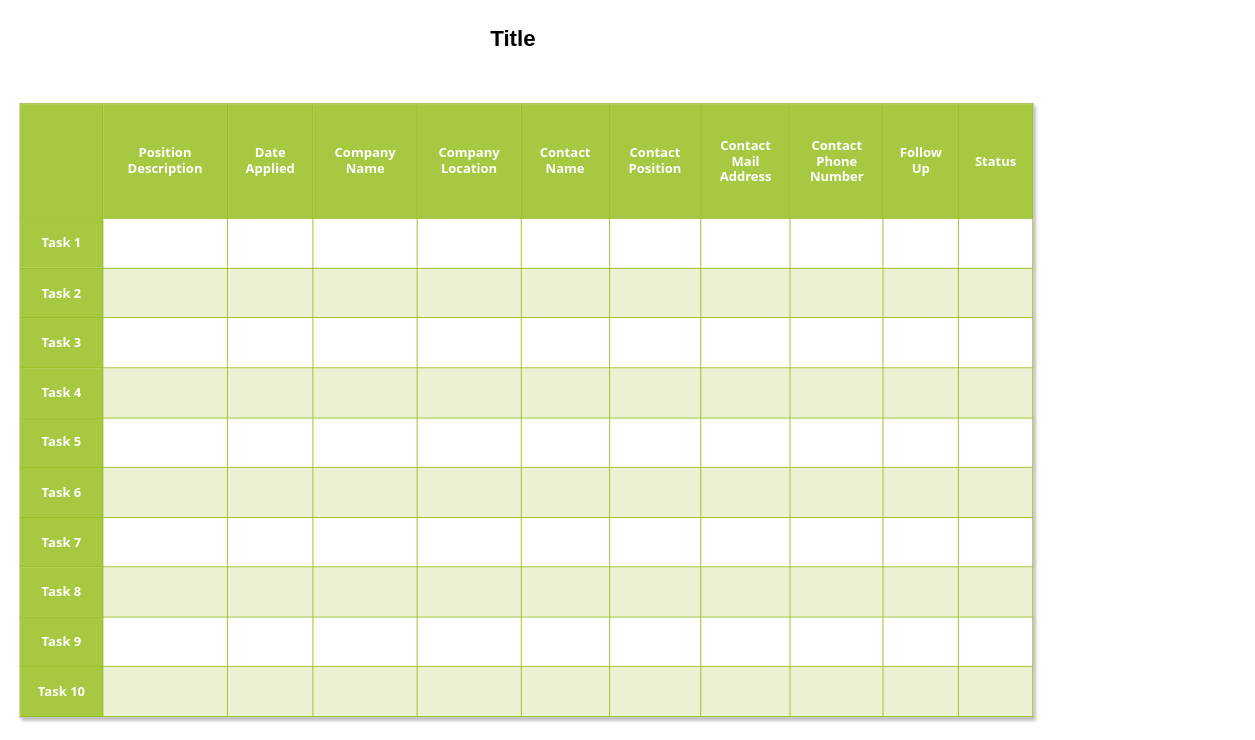
Earlier version of the draw.io diagram assets/user_table_example.drawio (Liran-tal/Job-application-organizer). Source tidied: cells renumbered, new cells numbered last; positions are measured from the earlier drawing's top-left corner, leaving out a move shared by most shapes. Both pictures are drawn from the tidied source at 93%, with x=0, y=0 at pixel (20, 20).
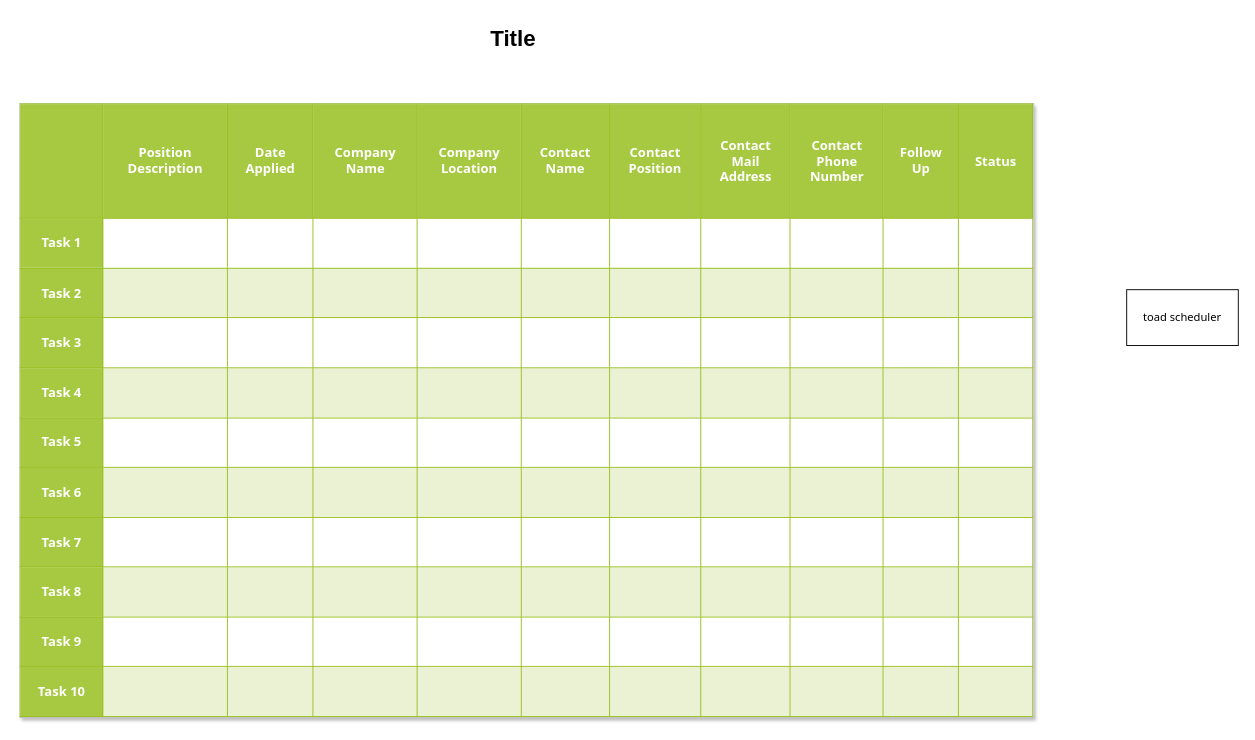
The same diagram, later.

Commit message (it also covers changes not shown here):
still trying to solve mongoose build non-sense

Change to the diagram source:
```diff
@@
 <mxGraphModel>
   <root>
     <mxCell id="0" />
     <mxCell id="1" parent="0" />
     <mxCell id="2" value="&lt;table border=&quot;1&quot; width=&quot;100%&quot; cellpadding=&quot;4&quot; style=&quot;width: 100% ; height: 100% ; border-collapse: collapse&quot;&gt;&lt;tbody&gt;&lt;tr style=&quot;background-color: #a7c942 ; color: #ffffff ; border: 1px solid #98bf21&quot;&gt;&lt;th&gt;&lt;font face=&quot;Tahoma&quot;&gt;&lt;br&gt;&lt;/font&gt;&lt;/th&gt;&lt;th&gt;&lt;font face=&quot;Tahoma&quot;&gt;Position &lt;br&gt;Description&lt;/font&gt;&lt;/th&gt;&lt;td&gt;&lt;font face=&quot;Tahoma&quot;&gt;&lt;b&gt;Date&lt;br&gt;Applied&lt;/b&gt;&lt;/font&gt;&lt;/td&gt;&lt;th&gt;&lt;font face=&quot;Tahoma&quot;&gt;Company&lt;br&gt;Name&lt;/font&gt;&lt;/th&gt;&lt;th&gt;&lt;font face=&quot;Tahoma&quot;&gt;Company&lt;br&gt;Location&lt;/font&gt;&lt;/th&gt;&lt;th&gt;&lt;font face=&quot;Tahoma&quot;&gt;Contact&lt;br&gt;Name&lt;/font&gt;&lt;/th&gt;&lt;td&gt;&lt;font face=&quot;Tahoma&quot;&gt;&lt;b&gt;Contact&lt;br&gt;Position&lt;/b&gt;&lt;/font&gt;&lt;/td&gt;&lt;td&gt;&lt;font face=&quot;Tahoma&quot;&gt;&lt;b&gt;Contact&lt;br&gt;Mail&lt;br&gt;Address&lt;/b&gt;&lt;/font&gt;&lt;/td&gt;&lt;td&gt;&lt;font face=&quot;Tahoma&quot;&gt;&lt;b&gt;Contact&lt;br&gt;Phone&lt;br&gt;Number&lt;/b&gt;&lt;/font&gt;&lt;/td&gt;&lt;th&gt;&lt;font face=&quot;Tahoma&quot;&gt;Follow&lt;br&gt;Up&lt;/font&gt;&lt;/th&gt;&lt;td&gt;&lt;font face=&quot;Tahoma&quot;&gt;&lt;b&gt;Status&lt;/b&gt;&lt;/font&gt;&lt;/td&gt;&lt;/tr&gt;&lt;tr style=&quot;border: 1px solid #98bf21&quot;&gt;&lt;td style=&quot;background-color: #a7c942 ; color: #ffffff ; border: 1px solid #98bf21&quot;&gt;&lt;font face=&quot;Tahoma&quot;&gt;&lt;b&gt;Task 1&lt;/b&gt;&lt;/font&gt;&lt;/td&gt;&lt;td&gt;&lt;/td&gt;&lt;td&gt;&lt;font face=&quot;Tahoma&quot;&gt;&lt;b&gt;&lt;br&gt;&lt;/b&gt;&lt;/font&gt;&lt;/td&gt;&lt;td&gt;&lt;/td&gt;&lt;td&gt;&lt;font face=&quot;Tahoma&quot;&gt;&lt;b&gt;&lt;br&gt;&lt;/b&gt;&lt;/font&gt;&lt;/td&gt;&lt;td&gt;&lt;font face=&quot;Tahoma&quot;&gt;&lt;b&gt;&lt;br&gt;&lt;/b&gt;&lt;/font&gt;&lt;/td&gt;&lt;td&gt;&lt;font face=&quot;Tahoma&quot;&gt;&lt;b&gt;&lt;br&gt;&lt;/b&gt;&lt;/font&gt;&lt;/td&gt;&lt;td&gt;&lt;font face=&quot;Tahoma&quot;&gt;&lt;b&gt;&lt;br&gt;&lt;/b&gt;&lt;/font&gt;&lt;/td&gt;&lt;td&gt;&lt;font face=&quot;Tahoma&quot;&gt;&lt;b&gt;&lt;br&gt;&lt;/b&gt;&lt;/font&gt;&lt;/td&gt;&lt;td&gt;&lt;font face=&quot;Tahoma&quot;&gt;&lt;b&gt;&lt;br&gt;&lt;/b&gt;&lt;/font&gt;&lt;/td&gt;&lt;td&gt;&lt;font face=&quot;Tahoma&quot;&gt;&lt;b&gt;&lt;br&gt;&lt;/b&gt;&lt;/font&gt;&lt;/td&gt;&lt;/tr&gt;&lt;tr style=&quot;background-color: #eaf2d3 ; border: 1px solid #98bf21&quot;&gt;&lt;td style=&quot;background-color: #a7c942 ; color: #ffffff ; border: 1px solid #98bf21&quot;&gt;&lt;font face=&quot;Tahoma&quot;&gt;&lt;b&gt;Task 2&lt;/b&gt;&lt;/font&gt;&lt;/td&gt;&lt;td&gt;&lt;/td&gt;&lt;td&gt;&lt;font face=&quot;Tahoma&quot;&gt;&lt;b&gt;&lt;br&gt;&lt;/b&gt;&lt;/font&gt;&lt;/td&gt;&lt;td&gt;&lt;/td&gt;&lt;td&gt;&lt;font face=&quot;Tahoma&quot;&gt;&lt;b&gt;&lt;br&gt;&lt;/b&gt;&lt;/font&gt;&lt;/td&gt;&lt;td&gt;&lt;font face=&quot;Tahoma&quot;&gt;&lt;b&gt;&lt;br&gt;&lt;/b&gt;&lt;/font&gt;&lt;/td&gt;&lt;td&gt;&lt;font face=&quot;Tahoma&quot;&gt;&lt;b&gt;&lt;br&gt;&lt;/b&gt;&lt;/font&gt;&lt;/td&gt;&lt;td&gt;&lt;font face=&quot;Tahoma&quot;&gt;&lt;b&gt;&lt;br&gt;&lt;/b&gt;&lt;/font&gt;&lt;/td&gt;&lt;td&gt;&lt;font face=&quot;Tahoma&quot;&gt;&lt;b&gt;&lt;br&gt;&lt;/b&gt;&lt;/font&gt;&lt;/td&gt;&lt;td&gt;&lt;font face=&quot;Tahoma&quot;&gt;&lt;b&gt;&lt;br&gt;&lt;/b&gt;&lt;/font&gt;&lt;/td&gt;&lt;td&gt;&lt;font face=&quot;Tahoma&quot;&gt;&lt;b&gt;&lt;br&gt;&lt;/b&gt;&lt;/font&gt;&lt;/td&gt;&lt;/tr&gt;&lt;tr style=&quot;border: 1px solid #98bf21&quot;&gt;&lt;td style=&quot;background-color: #a7c942 ; color: #ffffff ; border: 1px solid #98bf21&quot;&gt;&lt;font face=&quot;Tahoma&quot;&gt;&lt;b&gt;Task 3&lt;/b&gt;&lt;/font&gt;&lt;/td&gt;&lt;td&gt;&lt;/td&gt;&lt;td&gt;&lt;font face=&quot;Tahoma&quot;&gt;&lt;b&gt;&lt;br&gt;&lt;/b&gt;&lt;/font&gt;&lt;/td&gt;&lt;td&gt;&lt;/td&gt;&lt;td&gt;&lt;font face=&quot;Tahoma&quot;&gt;&lt;b&gt;&lt;br&gt;&lt;/b&gt;&lt;/font&gt;&lt;/td&gt;&lt;td&gt;&lt;font face=&quot;Tahoma&quot;&gt;&lt;b&gt;&lt;br&gt;&lt;/b&gt;&lt;/font&gt;&lt;/td&gt;&lt;td&gt;&lt;font face=&quot;Tahoma&quot;&gt;&lt;b&gt;&lt;br&gt;&lt;/b&gt;&lt;/font&gt;&lt;/td&gt;&lt;td&gt;&lt;font face=&quot;Tahoma&quot;&gt;&lt;b&gt;&lt;br&gt;&lt;/b&gt;&lt;/font&gt;&lt;/td&gt;&lt;td&gt;&lt;font face=&quot;Tahoma&quot;&gt;&lt;b&gt;&lt;br&gt;&lt;/b&gt;&lt;/font&gt;&lt;/td&gt;&lt;td&gt;&lt;font face=&quot;Tahoma&quot;&gt;&lt;b&gt;&lt;br&gt;&lt;/b&gt;&lt;/font&gt;&lt;/td&gt;&lt;td&gt;&lt;font face=&quot;Tahoma&quot;&gt;&lt;b&gt;&lt;br&gt;&lt;/b&gt;&lt;/font&gt;&lt;/td&gt;&lt;/tr&gt;&lt;tr style=&quot;background-color: #eaf2d3 ; border: 1px solid #98bf21&quot;&gt;&lt;td style=&quot;background-color: #a7c942 ; color: #ffffff ; border: 1px solid #98bf21&quot;&gt;&lt;font face=&quot;Tahoma&quot;&gt;&lt;b&gt;Task 4&lt;/b&gt;&lt;/font&gt;&lt;/td&gt;&lt;td&gt;&lt;/td&gt;&lt;td&gt;&lt;font face=&quot;Tahoma&quot;&gt;&lt;b&gt;&lt;br&gt;&lt;/b&gt;&lt;/font&gt;&lt;/td&gt;&lt;td&gt;&lt;/td&gt;&lt;td&gt;&lt;font face=&quot;Tahoma&quot;&gt;&lt;b&gt;&lt;br&gt;&lt;/b&gt;&lt;/font&gt;&lt;/td&gt;&lt;td&gt;&lt;font face=&quot;Tahoma&quot;&gt;&lt;b&gt;&lt;br&gt;&lt;/b&gt;&lt;/font&gt;&lt;/td&gt;&lt;td&gt;&lt;font face=&quot;Tahoma&quot;&gt;&lt;b&gt;&lt;br&gt;&lt;/b&gt;&lt;/font&gt;&lt;/td&gt;&lt;td&gt;&lt;font face=&quot;Tahoma&quot;&gt;&lt;b&gt;&lt;br&gt;&lt;/b&gt;&lt;/font&gt;&lt;/td&gt;&lt;td&gt;&lt;font face=&quot;Tahoma&quot;&gt;&lt;b&gt;&lt;br&gt;&lt;/b&gt;&lt;/font&gt;&lt;/td&gt;&lt;td&gt;&lt;font face=&quot;Tahoma&quot;&gt;&lt;b&gt;&lt;br&gt;&lt;/b&gt;&lt;/font&gt;&lt;/td&gt;&lt;td&gt;&lt;font face=&quot;Tahoma&quot;&gt;&lt;b&gt;&lt;br&gt;&lt;/b&gt;&lt;/font&gt;&lt;/td&gt;&lt;/tr&gt;&lt;tr style=&quot;border: 1px solid #98bf21&quot;&gt;&lt;td style=&quot;background-color: #a7c942 ; color: #ffffff ; border: 1px solid #98bf21&quot;&gt;&lt;font face=&quot;Tahoma&quot;&gt;&lt;b&gt;Task 5&lt;br&gt;&lt;/b&gt;&lt;/font&gt;&lt;/td&gt;&lt;td&gt;&lt;font face=&quot;Tahoma&quot;&gt;&lt;b&gt;&lt;br&gt;&lt;/b&gt;&lt;/font&gt;&lt;/td&gt;&lt;td&gt;&lt;font face=&quot;Tahoma&quot;&gt;&lt;b&gt;&lt;br&gt;&lt;/b&gt;&lt;/font&gt;&lt;/td&gt;&lt;td&gt;&lt;font face=&quot;Tahoma&quot;&gt;&lt;b&gt;&lt;br&gt;&lt;/b&gt;&lt;/font&gt;&lt;/td&gt;&lt;td&gt;&lt;font face=&quot;Tahoma&quot;&gt;&lt;b&gt;&lt;br&gt;&lt;/b&gt;&lt;/font&gt;&lt;/td&gt;&lt;td&gt;&lt;font face=&quot;Tahoma&quot;&gt;&lt;b&gt;&lt;br&gt;&lt;/b&gt;&lt;/font&gt;&lt;/td&gt;&lt;td&gt;&lt;font face=&quot;Tahoma&quot;&gt;&lt;b&gt;&lt;br&gt;&lt;/b&gt;&lt;/font&gt;&lt;/td&gt;&lt;td&gt;&lt;font face=&quot;Tahoma&quot;&gt;&lt;b&gt;&lt;br&gt;&lt;/b&gt;&lt;/font&gt;&lt;/td&gt;&lt;td&gt;&lt;font face=&quot;Tahoma&quot;&gt;&lt;b&gt;&lt;br&gt;&lt;/b&gt;&lt;/font&gt;&lt;/td&gt;&lt;td&gt;&lt;font face=&quot;Tahoma&quot;&gt;&lt;b&gt;&lt;br&gt;&lt;/b&gt;&lt;/font&gt;&lt;/td&gt;&lt;td&gt;&lt;font face=&quot;Tahoma&quot;&gt;&lt;b&gt;&lt;br&gt;&lt;/b&gt;&lt;/font&gt;&lt;/td&gt;&lt;/tr&gt;&lt;tr style=&quot;background-color: #eaf2d3 ; border: 1px solid #98bf21&quot;&gt;&lt;td style=&quot;background-color: #a7c942 ; color: #ffffff ; border: 1px solid #98bf21&quot;&gt;&lt;font face=&quot;Tahoma&quot;&gt;&lt;b&gt;Task 6&lt;br&gt;&lt;/b&gt;&lt;/font&gt;&lt;/td&gt;&lt;td&gt;&lt;font face=&quot;Tahoma&quot;&gt;&lt;b&gt;&lt;br&gt;&lt;/b&gt;&lt;/font&gt;&lt;/td&gt;&lt;td&gt;&lt;font face=&quot;Tahoma&quot;&gt;&lt;b&gt;&lt;br&gt;&lt;/b&gt;&lt;/font&gt;&lt;/td&gt;&lt;td&gt;&lt;font face=&quot;Tahoma&quot;&gt;&lt;b&gt;&lt;br&gt;&lt;/b&gt;&lt;/font&gt;&lt;/td&gt;&lt;td&gt;&lt;font face=&quot;Tahoma&quot;&gt;&lt;b&gt;&lt;br&gt;&lt;/b&gt;&lt;/font&gt;&lt;/td&gt;&lt;td&gt;&lt;font face=&quot;Tahoma&quot;&gt;&lt;b&gt;&lt;br&gt;&lt;/b&gt;&lt;/font&gt;&lt;/td&gt;&lt;td&gt;&lt;font face=&quot;Tahoma&quot;&gt;&lt;b&gt;&lt;br&gt;&lt;/b&gt;&lt;/font&gt;&lt;/td&gt;&lt;td&gt;&lt;font face=&quot;Tahoma&quot;&gt;&lt;b&gt;&lt;br&gt;&lt;/b&gt;&lt;/font&gt;&lt;/td&gt;&lt;td&gt;&lt;font face=&quot;Tahoma&quot;&gt;&lt;b&gt;&lt;br&gt;&lt;/b&gt;&lt;/font&gt;&lt;/td&gt;&lt;td&gt;&lt;font face=&quot;Tahoma&quot;&gt;&lt;b&gt;&lt;br&gt;&lt;/b&gt;&lt;/font&gt;&lt;/td&gt;&lt;td&gt;&lt;font face=&quot;Tahoma&quot;&gt;&lt;b&gt;&lt;br&gt;&lt;/b&gt;&lt;/font&gt;&lt;/td&gt;&lt;/tr&gt;&lt;tr style=&quot;border: 1px solid #98bf21&quot;&gt;&lt;td style=&quot;background-color: #a7c942 ; color: #ffffff ; border: 1px solid #98bf21&quot;&gt;&lt;font face=&quot;Tahoma&quot;&gt;&lt;b&gt;Task 7&lt;br&gt;&lt;/b&gt;&lt;/font&gt;&lt;/td&gt;&lt;td&gt;&lt;font face=&quot;Tahoma&quot;&gt;&lt;b&gt;&lt;br&gt;&lt;/b&gt;&lt;/font&gt;&lt;/td&gt;&lt;td&gt;&lt;font face=&quot;Tahoma&quot;&gt;&lt;b&gt;&lt;br&gt;&lt;/b&gt;&lt;/font&gt;&lt;/td&gt;&lt;td&gt;&lt;font face=&quot;Tahoma&quot;&gt;&lt;b&gt;&lt;br&gt;&lt;/b&gt;&lt;/font&gt;&lt;/td&gt;&lt;td&gt;&lt;font face=&quot;Tahoma&quot;&gt;&lt;b&gt;&lt;br&gt;&lt;/b&gt;&lt;/font&gt;&lt;/td&gt;&lt;td&gt;&lt;font face=&quot;Tahoma&quot;&gt;&lt;b&gt;&lt;br&gt;&lt;/b&gt;&lt;/font&gt;&lt;/td&gt;&lt;td&gt;&lt;font face=&quot;Tahoma&quot;&gt;&lt;b&gt;&lt;br&gt;&lt;/b&gt;&lt;/font&gt;&lt;/td&gt;&lt;td&gt;&lt;font face=&quot;Tahoma&quot;&gt;&lt;b&gt;&lt;br&gt;&lt;/b&gt;&lt;/font&gt;&lt;/td&gt;&lt;td&gt;&lt;font face=&quot;Tahoma&quot;&gt;&lt;b&gt;&lt;br&gt;&lt;/b&gt;&lt;/font&gt;&lt;/td&gt;&lt;td&gt;&lt;font face=&quot;Tahoma&quot;&gt;&lt;b&gt;&lt;br&gt;&lt;/b&gt;&lt;/font&gt;&lt;/td&gt;&lt;td&gt;&lt;font face=&quot;Tahoma&quot;&gt;&lt;b&gt;&lt;br&gt;&lt;/b&gt;&lt;/font&gt;&lt;/td&gt;&lt;/tr&gt;&lt;tr style=&quot;background-color: #eaf2d3 ; border: 1px solid #98bf21&quot;&gt;&lt;td style=&quot;background-color: #a7c942 ; color: #ffffff ; border: 1px solid #98bf21&quot;&gt;&lt;font face=&quot;Tahoma&quot;&gt;&lt;b&gt;Task 8&lt;br&gt;&lt;/b&gt;&lt;/font&gt;&lt;/td&gt;&lt;td&gt;&lt;font face=&quot;Tahoma&quot;&gt;&lt;b&gt;&lt;br&gt;&lt;/b&gt;&lt;/font&gt;&lt;/td&gt;&lt;td&gt;&lt;font face=&quot;Tahoma&quot;&gt;&lt;b&gt;&lt;br&gt;&lt;/b&gt;&lt;/font&gt;&lt;/td&gt;&lt;td&gt;&lt;font face=&quot;Tahoma&quot;&gt;&lt;b&gt;&lt;br&gt;&lt;/b&gt;&lt;/font&gt;&lt;/td&gt;&lt;td&gt;&lt;font face=&quot;Tahoma&quot;&gt;&lt;b&gt;&lt;br&gt;&lt;/b&gt;&lt;/font&gt;&lt;/td&gt;&lt;td&gt;&lt;font face=&quot;Tahoma&quot;&gt;&lt;b&gt;&lt;br&gt;&lt;/b&gt;&lt;/font&gt;&lt;/td&gt;&lt;td&gt;&lt;font face=&quot;Tahoma&quot;&gt;&lt;b&gt;&lt;br&gt;&lt;/b&gt;&lt;/font&gt;&lt;/td&gt;&lt;td&gt;&lt;font face=&quot;Tahoma&quot;&gt;&lt;b&gt;&lt;br&gt;&lt;/b&gt;&lt;/font&gt;&lt;/td&gt;&lt;td&gt;&lt;font face=&quot;Tahoma&quot;&gt;&lt;b&gt;&lt;br&gt;&lt;/b&gt;&lt;/font&gt;&lt;/td&gt;&lt;td&gt;&lt;font face=&quot;Tahoma&quot;&gt;&lt;b&gt;&lt;br&gt;&lt;/b&gt;&lt;/font&gt;&lt;/td&gt;&lt;td&gt;&lt;font face=&quot;Tahoma&quot;&gt;&lt;b&gt;&lt;br&gt;&lt;/b&gt;&lt;/font&gt;&lt;/td&gt;&lt;/tr&gt;&lt;tr style=&quot;border: 1px solid #98bf21&quot;&gt;&lt;td style=&quot;background-color: #a7c942 ; color: #ffffff ; border: 1px solid #98bf21&quot;&gt;&lt;font face=&quot;Tahoma&quot;&gt;&lt;b&gt;Task 9&lt;br&gt;&lt;/b&gt;&lt;/font&gt;&lt;/td&gt;&lt;td&gt;&lt;font face=&quot;Tahoma&quot;&gt;&lt;b&gt;&lt;br&gt;&lt;/b&gt;&lt;/font&gt;&lt;/td&gt;&lt;td&gt;&lt;font face=&quot;Tahoma&quot;&gt;&lt;b&gt;&lt;br&gt;&lt;/b&gt;&lt;/font&gt;&lt;/td&gt;&lt;td&gt;&lt;font face=&quot;Tahoma&quot;&gt;&lt;b&gt;&lt;br&gt;&lt;/b&gt;&lt;/font&gt;&lt;/td&gt;&lt;td&gt;&lt;font face=&quot;Tahoma&quot;&gt;&lt;b&gt;&lt;br&gt;&lt;/b&gt;&lt;/font&gt;&lt;/td&gt;&lt;td&gt;&lt;font face=&quot;Tahoma&quot;&gt;&lt;b&gt;&lt;br&gt;&lt;/b&gt;&lt;/font&gt;&lt;/td&gt;&lt;td&gt;&lt;font face=&quot;Tahoma&quot;&gt;&lt;b&gt;&lt;br&gt;&lt;/b&gt;&lt;/font&gt;&lt;/td&gt;&lt;td&gt;&lt;font face=&quot;Tahoma&quot;&gt;&lt;b&gt;&lt;br&gt;&lt;/b&gt;&lt;/font&gt;&lt;/td&gt;&lt;td&gt;&lt;font face=&quot;Tahoma&quot;&gt;&lt;b&gt;&lt;br&gt;&lt;/b&gt;&lt;/font&gt;&lt;/td&gt;&lt;td&gt;&lt;font face=&quot;Tahoma&quot;&gt;&lt;b&gt;&lt;br&gt;&lt;/b&gt;&lt;/font&gt;&lt;/td&gt;&lt;td&gt;&lt;font face=&quot;Tahoma&quot;&gt;&lt;b&gt;&lt;br&gt;&lt;/b&gt;&lt;/font&gt;&lt;/td&gt;&lt;/tr&gt;&lt;tr style=&quot;background-color: #eaf2d3 ; border: 1px solid #98bf21&quot;&gt;&lt;td style=&quot;background-color: #a7c942 ; color: #ffffff ; border: 1px solid #98bf21&quot;&gt;&lt;font face=&quot;Tahoma&quot;&gt;&lt;b&gt;Task 10&lt;br&gt;&lt;/b&gt;&lt;/font&gt;&lt;/td&gt;&lt;td&gt;&lt;font face=&quot;Tahoma&quot;&gt;&lt;b&gt;&lt;br&gt;&lt;/b&gt;&lt;/font&gt;&lt;/td&gt;&lt;td&gt;&lt;font face=&quot;Tahoma&quot;&gt;&lt;b&gt;&lt;br&gt;&lt;/b&gt;&lt;/font&gt;&lt;/td&gt;&lt;td&gt;&lt;font face=&quot;Tahoma&quot;&gt;&lt;b&gt;&lt;br&gt;&lt;/b&gt;&lt;/font&gt;&lt;/td&gt;&lt;td&gt;&lt;font face=&quot;Tahoma&quot;&gt;&lt;b&gt;&lt;br&gt;&lt;/b&gt;&lt;/font&gt;&lt;/td&gt;&lt;td&gt;&lt;font face=&quot;Tahoma&quot;&gt;&lt;b&gt;&lt;br&gt;&lt;/b&gt;&lt;/font&gt;&lt;/td&gt;&lt;td&gt;&lt;font face=&quot;Tahoma&quot;&gt;&lt;b&gt;&lt;br&gt;&lt;/b&gt;&lt;/font&gt;&lt;/td&gt;&lt;td&gt;&lt;font face=&quot;Tahoma&quot;&gt;&lt;b&gt;&lt;br&gt;&lt;/b&gt;&lt;/font&gt;&lt;/td&gt;&lt;td&gt;&lt;font face=&quot;Tahoma&quot;&gt;&lt;b&gt;&lt;br&gt;&lt;/b&gt;&lt;/font&gt;&lt;/td&gt;&lt;td&gt;&lt;font face=&quot;Tahoma&quot;&gt;&lt;b&gt;&lt;br&gt;&lt;/b&gt;&lt;/font&gt;&lt;/td&gt;&lt;td&gt;&lt;font face=&quot;Tahoma&quot;&gt;&lt;b&gt;&lt;br&gt;&lt;/b&gt;&lt;/font&gt;&lt;/td&gt;&lt;/tr&gt;&lt;/tbody&gt;&lt;/table&gt;" style="text;html=1;strokeColor=#c0c0c0;fillColor=#ffffff;overflow=fill;rounded=0;shadow=1;fontSize=14;fontColor=#000000;align=center;" parent="1" vertex="1">
       <mxGeometry y="90" width="1090" height="660" as="geometry" />
     </mxCell>
     <mxCell id="3" value="Title" style="text;strokeColor=none;fillColor=none;html=1;fontSize=24;fontStyle=1;verticalAlign=middle;align=center;rounded=0;shadow=1;" parent="1" vertex="1">
       <mxGeometry x="140" width="780" height="40" as="geometry" />
     </mxCell>
+    <mxCell id="4" value="toad scheduler" style="rounded=0;whiteSpace=wrap;html=1;fontFamily=Tahoma;" parent="1" vertex="1">
+      <mxGeometry x="1190" y="290" width="120" height="60" as="geometry" />
+    </mxCell>
   </root>
 </mxGraphModel>
```
